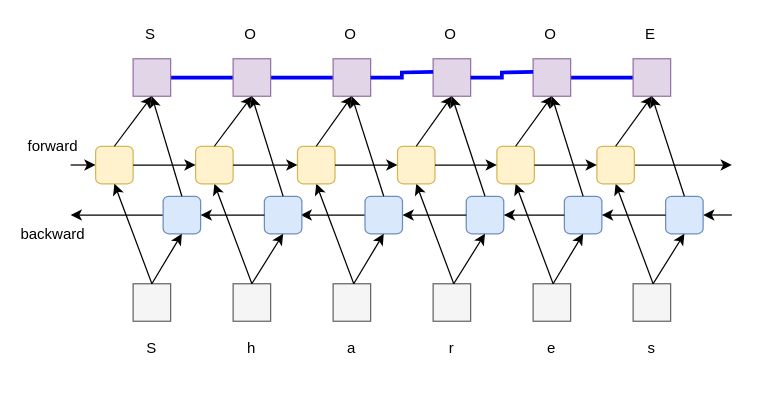
Earlier version of the draw.io diagram lstm-char.drawio (djher/test). Source tidied: cells renumbered, new cells numbered last; positions are measured from the earlier drawing's top-left corner, leaving out a move shared by most shapes. Both pictures are drawn from the tidied source at 125%, with x=0, y=0 at pixel (28, 20).
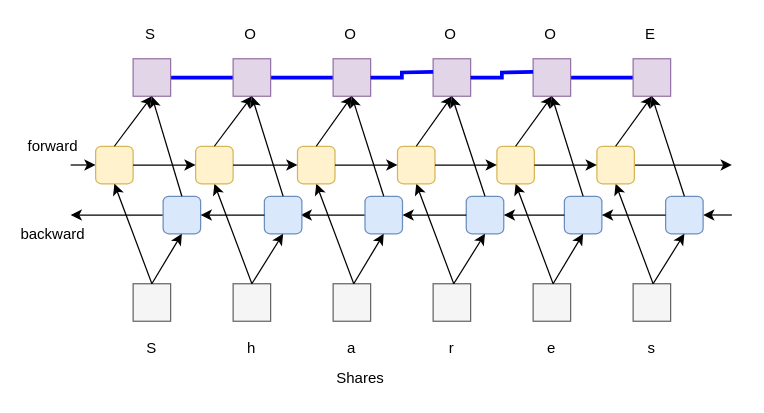
The same diagram, later.

The edit, as a diff of the source:
```diff
@@
+    <mxCell id="84" value="Shares" style="text;html=1;strokeColor=none;fillColor=none;align=center;verticalAlign=middle;whiteSpace=wrap;rounded=0;" parent="1" vertex="1">
+      <mxGeometry x="245.5" y="276" width="40" height="20" as="geometry" />
+    </mxCell>
```
